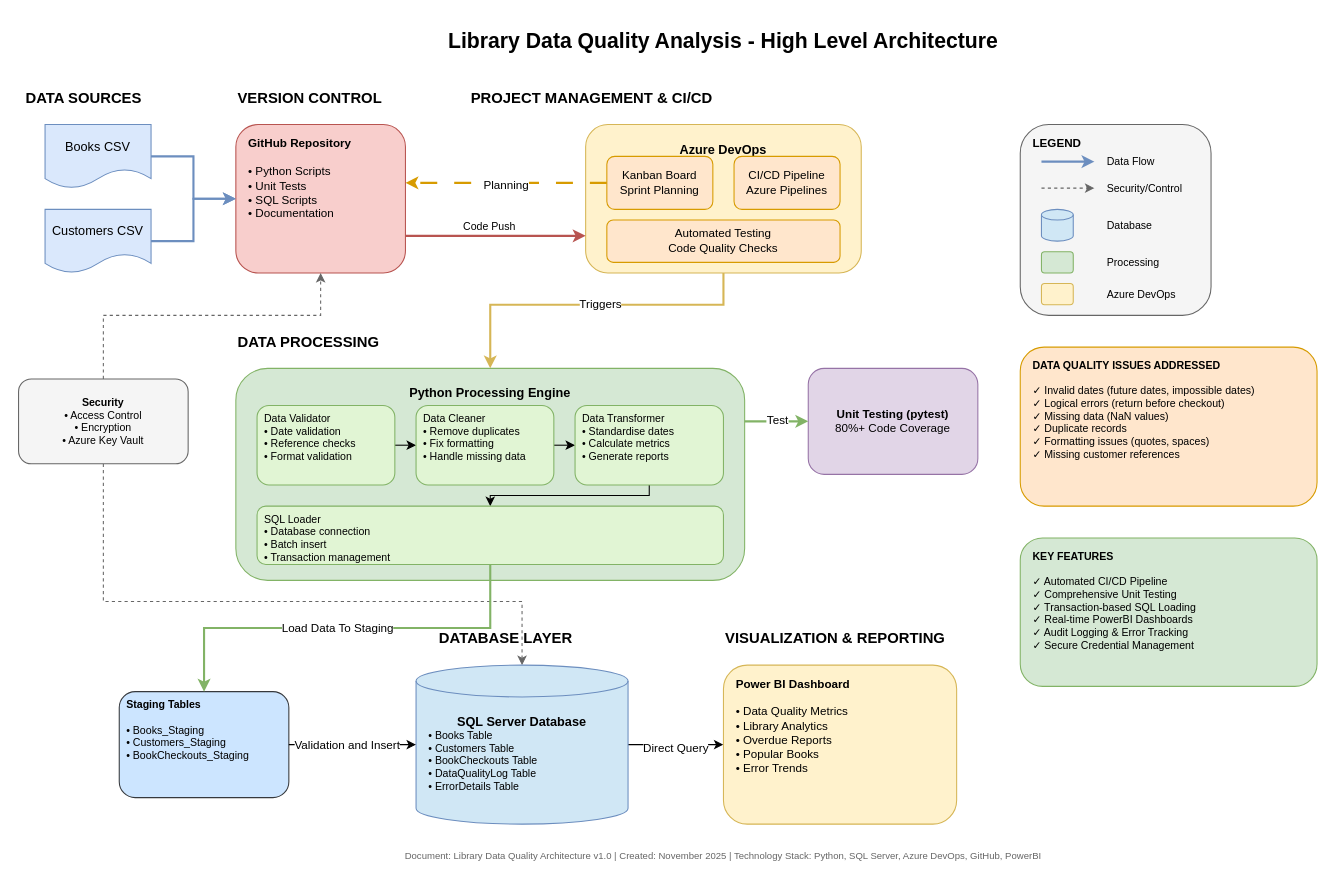
This is library_architecture_diagram.drawio from Petrolman1/DataEngProdDev, a draw.io file, before an edit. Source tidied: cells renumbered, new cells numbered last; positions are measured from the earlier drawing's top-left corner, leaving out a move shared by most shapes. Both pictures are drawn from the tidied source at 106%, with x=0, y=0 at pixel (18, 18).
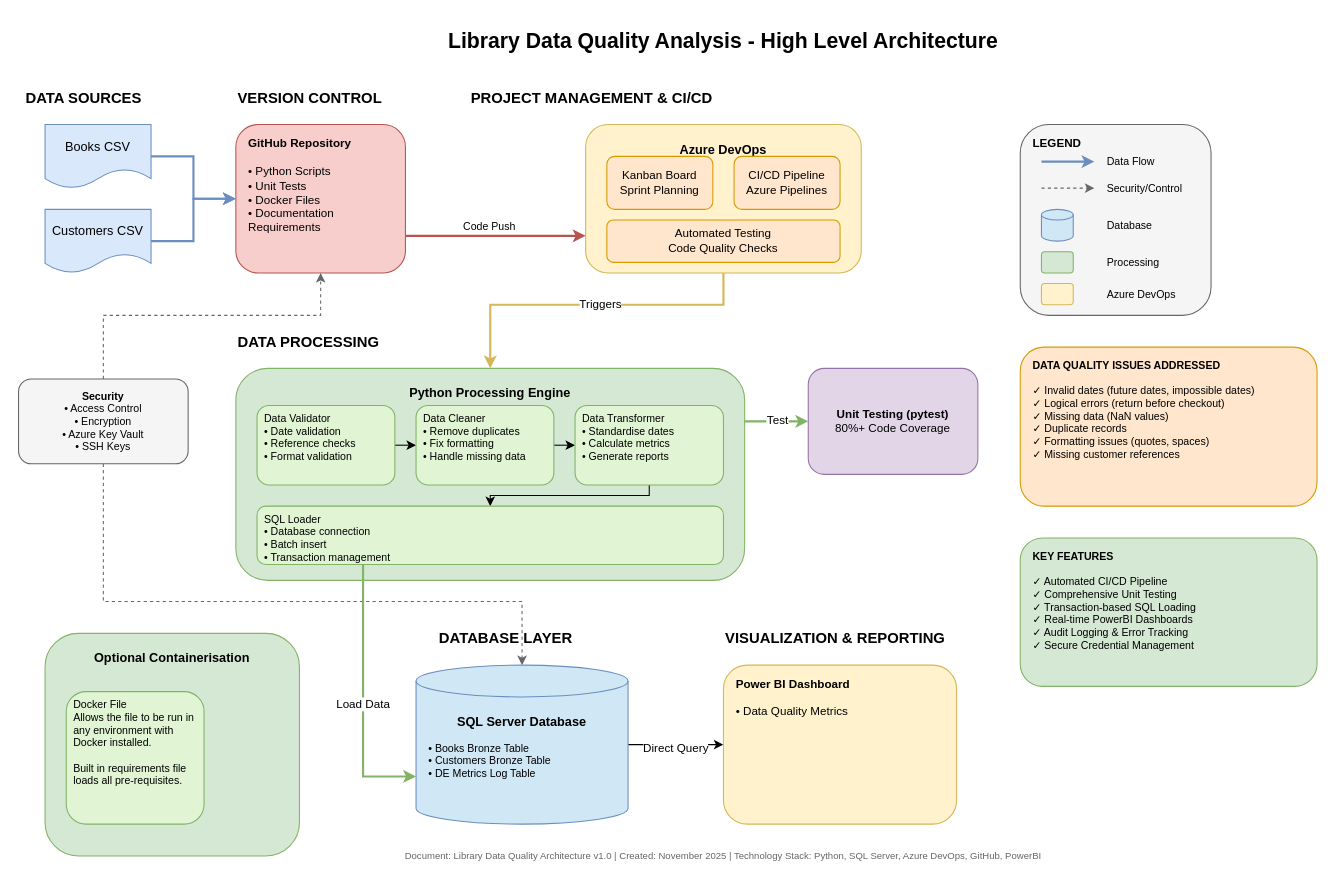
The same page after the edit.

Unchanged cells that the change refers to:
```xml
<mxCell id="10" value="Kanban Board&lt;br&gt;Sprint Planning" style="rounded=1;whiteSpace=wrap;html=1;fillColor=#ffe6cc;strokeColor=#d79b00;fontSize=11;" parent="1" vertex="1">
  <mxGeometry x="555" y="130" width="100" height="50" as="geometry" />
</mxCell>
<mxCell id="21" value="SQL Loader&lt;br&gt;• Database connection&lt;br&gt;• Batch insert&lt;br&gt;• Transaction management" style="rounded=1;whiteSpace=wrap;html=1;fillColor=#e1f5d4;strokeColor=#82b366;fontSize=10;align=left;verticalAlign=top;spacingLeft=5;" parent="1" vertex="1">
  <mxGeometry x="225" y="460" width="440" height="55" as="geometry" />
</mxCell>
<mxCell id="29" value="&lt;b&gt;SQL Server Database&lt;/b&gt;" style="shape=cylinder3;whiteSpace=wrap;html=1;boundedLbl=1;backgroundOutline=1;size=15;fillColor=#d0e7f5;strokeColor=#6c8ebf;fontSize=12;verticalAlign=top;spacingTop=10;" parent="1" vertex="1">
  <mxGeometry x="375" y="610" width="200" height="150" as="geometry" />
</mxCell>
```

Change to the diagram source:
```diff
@@
-    <mxCell id="7" value="&lt;b&gt;GitHub Repository&lt;/b&gt;&lt;br&gt;&lt;br&gt;• Python Scripts&lt;br&gt;• Unit Tests&lt;br&gt;• SQL Scripts&lt;br&gt;• Documentation" style="rounded=1;whiteSpace=wrap;html=1;fillColor=#f8cecc;strokeColor=#b85450;fontSize=11;align=left;verticalAlign=top;spacingLeft=10;spacingTop=5;" parent="1" vertex="1">
+    <mxCell id="7" value="&lt;b&gt;GitHub Repository&lt;/b&gt;&lt;br&gt;&lt;br&gt;• Python Scripts&lt;br&gt;• Unit Tests&lt;br&gt;• Docker Files&lt;br&gt;• Documentation&lt;br&gt;Requirements&lt;div&gt;&lt;br/&gt;&lt;/div&gt;" style="rounded=1;whiteSpace=wrap;html=1;fillColor=#f8cecc;strokeColor=#b85450;fontSize=11;align=left;verticalAlign=top;spacingLeft=10;spacingTop=5;" parent="1" vertex="1">
       <mxGeometry x="205" y="100" width="160" height="140" as="geometry" />
     </mxCell>
@@
-    <mxCell id="25" value="&lt;b&gt;Security&lt;/b&gt;&lt;br&gt;• Access Control&lt;br&gt;• Encryption&lt;br&gt;• Azure Key Vault" style="rounded=1;whiteSpace=wrap;html=1;fillColor=#f5f5f5;strokeColor=#666666;fontSize=10;" parent="1" vertex="1">
+    <mxCell id="25" value="&lt;b&gt;Security&lt;/b&gt;&lt;br&gt;• Access Control&lt;br&gt;• Encryption&lt;br&gt;• Azure Key Vault&lt;br&gt;&lt;div&gt;&lt;span style=&quot;background-color: transparent; color: light-dark(rgb(0, 0, 0), rgb(255, 255, 255));&quot;&gt;•&lt;/span&gt;&lt;span style=&quot;background-color: transparent; color: light-dark(rgb(0, 0, 0), rgb(255, 255, 255));&quot;&gt;&amp;nbsp;&lt;/span&gt;SSH Keys&lt;/div&gt;" style="rounded=1;whiteSpace=wrap;html=1;fillColor=#f5f5f5;strokeColor=#666666;fontSize=10;" parent="1" vertex="1">
       <mxGeometry y="340" width="160" height="80" as="geometry" />
     </mxCell>
@@
-    <mxCell id="30" value="• Books Table&lt;br&gt;• Customers Table&lt;br&gt;• BookCheckouts Table&lt;br&gt;• DataQualityLog Table&lt;br&gt;• ErrorDetails Table" style="text;html=1;strokeColor=none;fillColor=none;align=left;verticalAlign=middle;whiteSpace=wrap;rounded=0;fontSize=10;" parent="1" vertex="1">
+    <mxCell id="30" value="• Books Bronze Table&lt;br&gt;• Customers Bronze Table&lt;br&gt;• DE Metrics Log Table" style="text;html=1;strokeColor=none;fillColor=none;align=left;verticalAlign=middle;whiteSpace=wrap;rounded=0;fontSize=10;" parent="1" vertex="1">
       <mxGeometry x="385" y="650" width="180" height="100" as="geometry" />
     </mxCell>
-    <mxCell id="31" value="&lt;b&gt;Staging Tables&lt;/b&gt;&lt;br&gt;&lt;br&gt;• Books_Staging&lt;br&gt;• Customers_Staging&lt;br&gt;• BookCheckouts_Staging" style="rounded=1;whiteSpace=wrap;html=1;fillColor=#cce5ff;strokeColor=#36393d;fontSize=10;align=left;verticalAlign=top;spacingLeft=5;" parent="1" vertex="1">
-      <mxGeometry x="95" y="635" width="160" height="100" as="geometry" />
-    </mxCell>
@@
-    <mxCell id="33" value="&lt;b&gt;Power BI Dashboard&lt;/b&gt;&lt;br&gt;&lt;br&gt;• Data Quality Metrics&lt;br&gt;• Library Analytics&lt;br&gt;• Overdue Reports&lt;br&gt;• Popular Books&lt;br&gt;• Error Trends" style="rounded=1;whiteSpace=wrap;html=1;fillColor=#fff2cc;strokeColor=#d6b656;fontSize=11;align=left;verticalAlign=top;spacingLeft=10;spacingTop=5;" parent="1" vertex="1">
+    <mxCell id="33" value="&lt;b&gt;Power BI Dashboard&lt;/b&gt;&lt;br&gt;&lt;br&gt;• Data Quality Metrics&lt;div&gt;&lt;br/&gt;&lt;/div&gt;" style="rounded=1;whiteSpace=wrap;html=1;fillColor=#fff2cc;strokeColor=#d6b656;fontSize=11;align=left;verticalAlign=top;spacingLeft=10;spacingTop=5;" parent="1" vertex="1">
       <mxGeometry x="665" y="610" width="220" height="150" as="geometry" />
     </mxCell>
@@
-    <mxCell id="42" style="edgeStyle=orthogonalEdgeStyle;rounded=0;jettySize=auto;html=1;strokeWidth=2;fillColor=#d5e8d4;strokeColor=#82b366;" parent="1" edge="1" source="21" target="31">
-      <mxGeometry relative="1" as="geometry" />
+    <mxCell id="42" style="edgeStyle=orthogonalEdgeStyle;rounded=0;jettySize=auto;html=1;strokeWidth=2;fillColor=#d5e8d4;strokeColor=#82b366;entryX=0;entryY=0;entryDx=0;entryDy=105;entryPerimeter=0;" parent="1" edge="1" source="21" target="29">
+      <mxGeometry relative="1" as="geometry">
+        <Array as="points">
+          <mxPoint x="325" y="715" />
+        </Array>
+      </mxGeometry>
     </mxCell>
-    <mxCell id="43" value="Load Data To Staging" style="edgeLabel;html=1;align=center;verticalAlign=middle;" parent="42" vertex="1">
+    <mxCell id="43" value="Load Data" style="edgeLabel;html=1;align=center;verticalAlign=middle;" parent="42" vertex="1">
       <mxGeometry x="0.05" y="-1" relative="1" as="geometry" />
     </mxCell>
@@
-    <mxCell id="58" style="edgeStyle=orthogonalEdgeStyle;rounded=0;jettySize=auto;html=1;exitX=1;exitY=0.5;exitDx=0;exitDy=0;entryX=0;entryY=0.5;entryDx=0;entryDy=0;entryPerimeter=0;" parent="1" edge="1" source="31" target="29">
-      <mxGeometry relative="1" as="geometry" />
-    </mxCell>
-    <mxCell id="59" value="Validation and Insert" style="edgeLabel;html=1;align=center;verticalAlign=middle;" parent="58" vertex="1">
-      <mxGeometry x="-0.1" relative="1" as="geometry" />
-    </mxCell>
-    <mxCell id="60" style="edgeStyle=orthogonalEdgeStyle;rounded=0;jettySize=auto;html=1;exitX=0;exitY=0.5;exitDx=0;exitDy=0;entryX=1;entryY=0.393;entryDx=0;entryDy=0;entryPerimeter=0;fillColor=#ffe6cc;strokeColor=#d79b00;strokeWidth=2;dashed=1;dashPattern=8 8;" parent="1" edge="1" source="10" target="7">
-      <mxGeometry relative="1" as="geometry" />
-    </mxCell>
-    <mxCell id="61" value="Planning" style="edgeLabel;html=1;align=center;verticalAlign=middle;" parent="60" vertex="1">
-      <mxGeometry x="0.01" y="1" relative="1" as="geometry" />
-    </mxCell>
+    <mxCell id="62" value="&lt;b&gt;Optional Containerisation&lt;/b&gt;" style="rounded=1;whiteSpace=wrap;html=1;fillColor=#d5e8d4;strokeColor=#82b366;fontSize=12;verticalAlign=top;spacingTop=10;" parent="1" vertex="1">
+      <mxGeometry x="25" y="580" width="240" height="210" as="geometry" />
+    </mxCell>
+    <mxCell id="63" value="Docker File&lt;br&gt;Allows the file to be run in any environment with Docker installed.&lt;br&gt;&lt;br&gt;Built in requirements file loads all pre-requisites." style="rounded=1;whiteSpace=wrap;html=1;fillColor=#e1f5d4;strokeColor=#82b366;fontSize=10;align=left;verticalAlign=top;spacingLeft=5;" parent="1" vertex="1">
+      <mxGeometry x="45" y="635" width="130" height="125" as="geometry" />
+    </mxCell>
```
